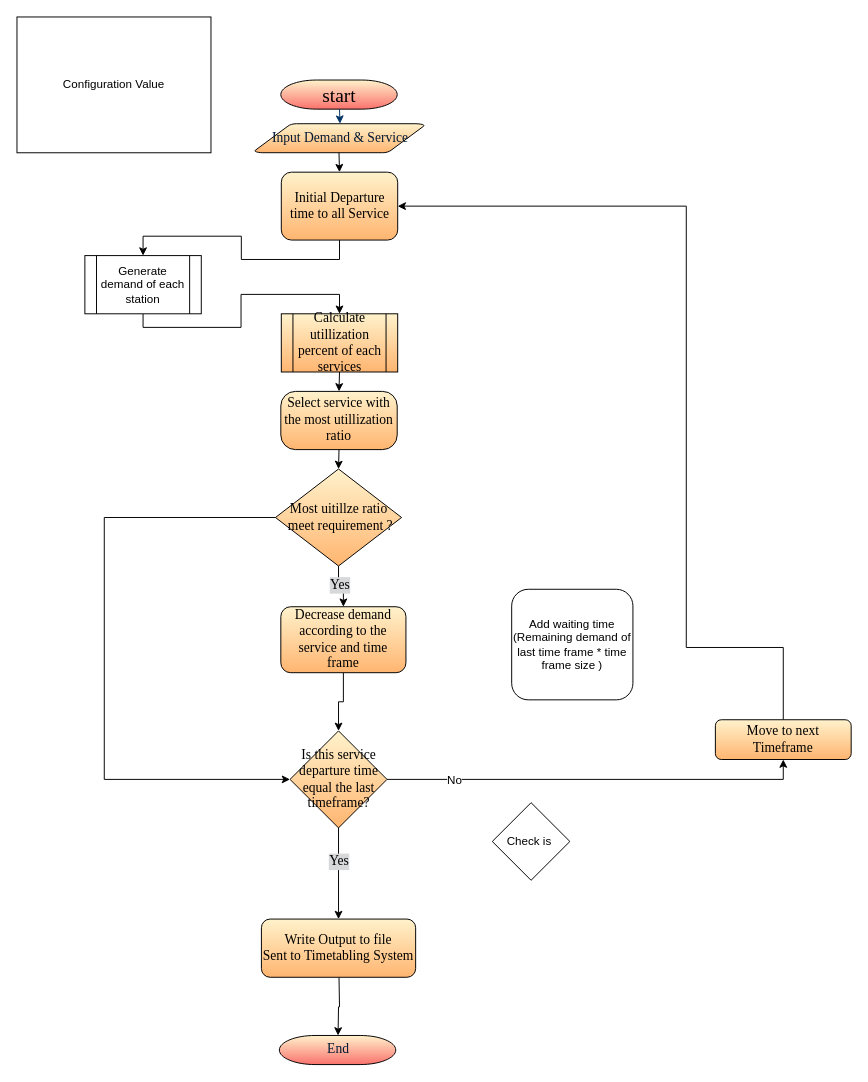
Before: present_chart/Service plan flow PRESENT 2.drawio in atchapcyp/service_planning_core, a draw.io diagram. Source tidied: cells renumbered, new cells numbered last; positions are measured from the earlier drawing's top-left corner, leaving out a move shared by most shapes. Both pictures are drawn from the tidied source at 97%, with x=0, y=0 at pixel (16, 16).
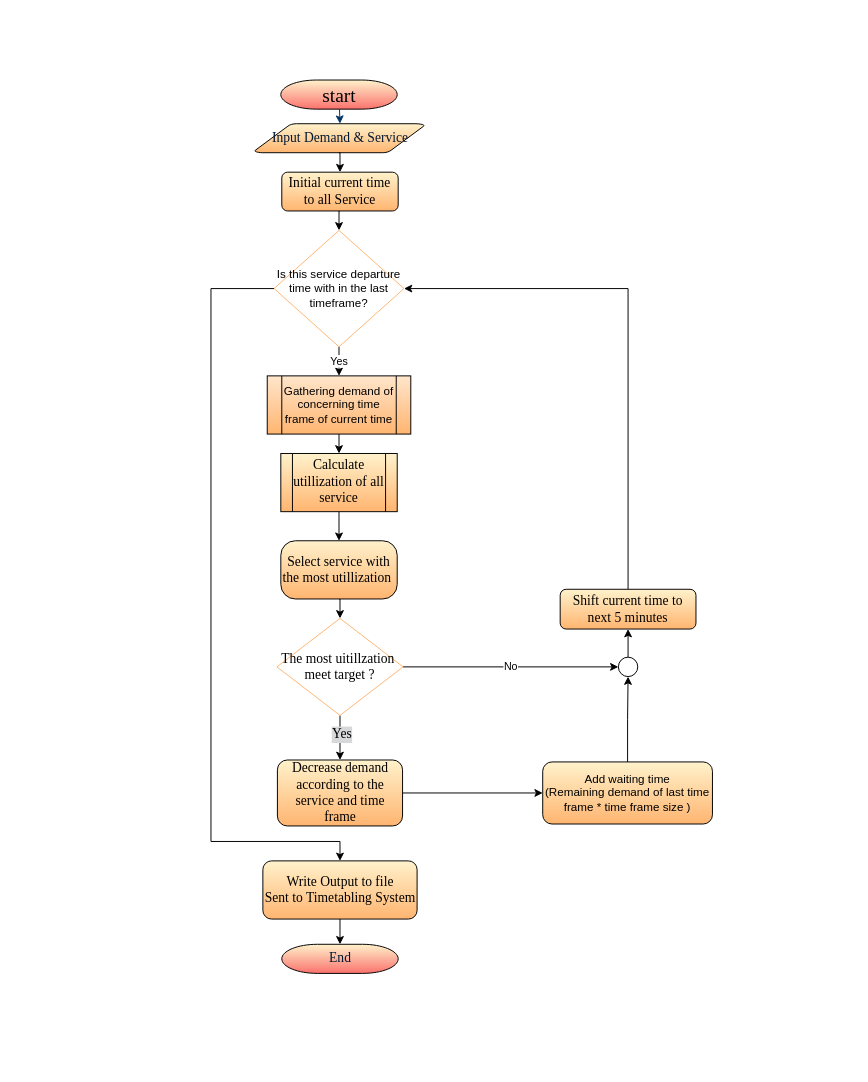
After the change.

The edit, as a diff of the source:
```diff
@@
-    <mxCell id="6" style="edgeStyle=orthogonalEdgeStyle;rounded=0;jettySize=auto;html=1;exitX=0.5;exitY=1;exitDx=0;exitDy=0;entryX=0.5;entryY=0;entryDx=0;entryDy=0;" parent="1" edge="1" source="7" target="30">
-      <mxGeometry relative="1" as="geometry" />
-    </mxCell>
+    <mxCell id="33" style="edgeStyle=orthogonalEdgeStyle;rounded=0;jettySize=auto;html=1;exitX=0.5;exitY=1;exitDx=0;exitDy=0;entryX=0.5;entryY=0;entryDx=0;entryDy=0;" parent="1" edge="1" source="7" target="39">
+      <mxGeometry relative="1" as="geometry" />
+    </mxCell>
-    <mxCell id="7" value="Initial Departure time to all Service" style="rounded=1;whiteSpace=wrap;html=1;fontFamily=Times New Roman;spacing=2;fontSize=14;fillColor=#FFF2CC;gradientColor=#FFB570;labelBorderColor=none;strokeColor=#000000;strokeWidth=1;" parent="1" vertex="1">
-      <mxGeometry x="272.5" y="160" width="120" height="70" as="geometry" />
+    <mxCell id="7" value="Initial current time to all Service" style="rounded=1;whiteSpace=wrap;html=1;fontFamily=Times New Roman;spacing=2;fontSize=14;fillColor=#FFF2CC;gradientColor=#FFB570;labelBorderColor=none;strokeColor=#000000;strokeWidth=1;" parent="1" vertex="1">
+      <mxGeometry x="273" y="160" width="120" height="40" as="geometry" />
     </mxCell>
-    <mxCell id="8" style="edgeStyle=orthogonalEdgeStyle;rounded=0;html=1;exitX=0.5;exitY=1;entryX=0.5;entryY=0;jettySize=auto;fontFamily=Times New Roman;spacing=2;fontSize=14;labelBorderColor=none;" parent="1" edge="1" source="12" target="14">
-      <mxGeometry relative="1" as="geometry" />
-    </mxCell>
-    <mxCell id="9" value="Yes" style="text;html=1;align=center;verticalAlign=middle;labelBackgroundColor=#d7d8d9;fontFamily=Times New Roman;spacing=2;fontSize=14;labelBorderColor=none;" parent="8" vertex="1">
-      <mxGeometry x="-0.28" relative="1" as="geometry" />
-    </mxCell>
-    <mxCell id="10" style="edgeStyle=orthogonalEdgeStyle;rounded=0;jettySize=auto;html=1;exitX=1;exitY=0.5;exitDx=0;exitDy=0;entryX=0.5;entryY=1;entryDx=0;entryDy=0;" parent="1" edge="1" source="12" target="25">
-      <mxGeometry relative="1" as="geometry" />
-    </mxCell>
-    <mxCell id="11" value="No" style="text;html=1;align=center;verticalAlign=middle;labelBackgroundColor=#ffffff;" parent="10" vertex="1">
-      <mxGeometry x="-0.58" y="-2" relative="1" as="geometry">
-        <mxPoint x="-21" y="-2" as="offset" />
-      </mxGeometry>
-    </mxCell>
-    <mxCell id="12" value="Is this service departure time equal the last timeframe?" style="rhombus;whiteSpace=wrap;html=1;fontFamily=Times New Roman;spacing=2;fontSize=14;fillColor=#FFF2CC;gradientColor=#FFB570;labelBorderColor=none;strokeColor=#000000;strokeWidth=1;" parent="1" vertex="1">
-      <mxGeometry x="281.5" y="736" width="100" height="100" as="geometry" />
-    </mxCell>
-    <mxCell id="13" style="edgeStyle=orthogonalEdgeStyle;rounded=0;html=1;exitX=0.5;exitY=1;entryX=0.5;entryY=0;entryPerimeter=0;jettySize=auto;orthogonalLoop=1;fontFamily=Times New Roman;spacing=2;fontSize=14;labelBorderColor=none;" parent="1" edge="1">
-      <mxGeometry relative="1" as="geometry">
-        <mxPoint x="332" y="990" as="sourcePoint" />
-        <mxPoint x="331" y="1050" as="targetPoint" />
-      </mxGeometry>
-    </mxCell>
+    <mxCell id="34" style="edgeStyle=orthogonalEdgeStyle;rounded=0;jettySize=auto;html=1;exitX=0.5;exitY=1;exitDx=0;exitDy=0;entryX=0.5;entryY=0;entryDx=0;entryDy=0;entryPerimeter=0;" parent="1" edge="1" source="14" target="15">
+      <mxGeometry relative="1" as="geometry" />
+    </mxCell>
     <mxCell id="14" value="Write Output to file&lt;br style=&quot;font-size: 14px;&quot;&gt;Sent to Timetabling System&lt;br style=&quot;font-size: 14px;&quot;&gt;" style="rounded=1;whiteSpace=wrap;html=1;fontFamily=Times New Roman;spacing=2;fontSize=14;fillColor=#FFF2CC;gradientColor=#FFB570;labelBorderColor=none;strokeColor=#000000;strokeWidth=1;" parent="1" vertex="1">
-      <mxGeometry x="252" y="930" width="159" height="60" as="geometry" />
+      <mxGeometry x="253.5" y="870" width="159" height="60" as="geometry" />
     </mxCell>
     <mxCell id="15" value="End" style="shape=mxgraph.flowchart.terminator;fillColor=#FFF2CC;strokeColor=#000000;strokeWidth=1;gradientColor=#FA726D;gradientDirection=south;fontColor=#001933;fontStyle=0;html=1;fontFamily=Times New Roman;spacing=2;fontSize=14;labelBorderColor=none;" parent="1" vertex="1">
-      <mxGeometry x="270.5" y="1050" width="120" height="30" as="geometry" />
+      <mxGeometry x="273" y="956" width="120" height="30" as="geometry" />
     </mxCell>
-    <mxCell id="16" style="edgeStyle=orthogonalEdgeStyle;rounded=0;jettySize=auto;html=1;exitX=0.5;exitY=1;exitDx=0;exitDy=0;entryX=0.5;entryY=0;entryDx=0;entryDy=0;" parent="1" edge="1" source="17" target="12">
-      <mxGeometry relative="1" as="geometry" />
-    </mxCell>
+    <mxCell id="35" style="edgeStyle=orthogonalEdgeStyle;rounded=0;jettySize=auto;html=1;exitX=1;exitY=0.5;exitDx=0;exitDy=0;entryX=0;entryY=0.5;entryDx=0;entryDy=0;" parent="1" edge="1" source="17" target="31">
+      <mxGeometry relative="1" as="geometry" />
+    </mxCell>
     <mxCell id="17" value="Decrease demand according to the service and time frame" style="rounded=1;whiteSpace=wrap;html=1;fontFamily=Times New Roman;spacing=2;fontSize=14;fillColor=#FFF2CC;gradientColor=#FFB570;labelBorderColor=none;strokeColor=#000000;strokeWidth=1;" parent="1" vertex="1">
-      <mxGeometry x="272" y="608" width="129" height="68" as="geometry" />
+      <mxGeometry x="268.5" y="766" width="129" height="68" as="geometry" />
     </mxCell>
@@
-    <mxCell id="19" value="&lt;span style=&quot;font-size: 14px&quot;&gt;Calculate utillization percent of each services&lt;/span&gt;" style="shape=process;whiteSpace=wrap;html=1;backgroundOutline=1;fontFamily=Times New Roman;spacing=2;fontSize=14;fillColor=#FFF2CC;gradientColor=#FFB570;labelBorderColor=none;strokeColor=#000000;strokeWidth=1;" parent="1" vertex="1">
-      <mxGeometry x="272.5" y="306" width="120" height="60" as="geometry" />
+    <mxCell id="19" value="&lt;span style=&quot;font-size: 14px&quot;&gt;Calculate utillization of all service&lt;/span&gt;" style="shape=process;whiteSpace=wrap;html=1;backgroundOutline=1;fontFamily=Times New Roman;spacing=2;fontSize=14;fillColor=#FFF2CC;gradientColor=#FFB570;labelBorderColor=none;strokeColor=#000000;strokeWidth=1;" parent="1" vertex="1">
+      <mxGeometry x="272" y="450" width="120" height="60" as="geometry" />
     </mxCell>
@@
-    <mxCell id="22" style="edgeStyle=orthogonalEdgeStyle;rounded=0;jettySize=auto;html=1;exitX=0;exitY=0.5;exitDx=0;exitDy=0;entryX=0;entryY=0.5;entryDx=0;entryDy=0;" parent="1" edge="1" source="23" target="12">
-      <mxGeometry relative="1" as="geometry">
-        <Array as="points">
-          <mxPoint x="90" y="516" />
-          <mxPoint x="90" y="786" />
-        </Array>
-      </mxGeometry>
-    </mxCell>
+    <mxCell id="11" value="No" style="edgeStyle=orthogonalEdgeStyle;rounded=0;jettySize=auto;html=1;exitX=1;exitY=0.5;exitDx=0;exitDy=0;entryX=0;entryY=0.5;entryDx=0;entryDy=0;" parent="1" edge="1" source="23" target="41">
+      <mxGeometry relative="1" as="geometry" />
+    </mxCell>
-    <mxCell id="23" value="Most uitillze ratio &amp;nbsp;meet requirement ?" style="rhombus;whiteSpace=wrap;html=1;fontFamily=Times New Roman;spacing=2;fontSize=14;fillColor=#FFF2CC;gradientColor=#FFB570;labelBorderColor=none;strokeColor=#000000;strokeWidth=1;" parent="1" vertex="1">
-      <mxGeometry x="266.5" y="466" width="130" height="100" as="geometry" />
+    <mxCell id="23" value="The most uitillzation&amp;nbsp; meet target ?" style="rhombus;whiteSpace=wrap;html=1;fontFamily=Times New Roman;spacing=2;fontSize=14;fillColor=#FFFFFF;gradientColor=none;labelBorderColor=none;strokeColor=#FFB570;strokeWidth=1;" parent="1" vertex="1">
+      <mxGeometry x="268" y="620" width="130" height="100" as="geometry" />
     </mxCell>
-    <mxCell id="24" style="edgeStyle=orthogonalEdgeStyle;rounded=0;html=1;exitX=0.5;exitY=0;entryX=1;entryY=0.5;jettySize=auto;fontFamily=Times New Roman;spacing=2;fontSize=14;labelBorderColor=none;" parent="1" edge="1" source="25" target="7">
-      <mxGeometry relative="1" as="geometry">
-        <Array as="points">
-          <mxPoint x="790" y="650" />
-          <mxPoint x="690" y="650" />
-          <mxPoint x="690" y="195" />
-        </Array>
-      </mxGeometry>
-    </mxCell>
+    <mxCell id="36" style="edgeStyle=orthogonalEdgeStyle;rounded=0;jettySize=auto;html=1;exitX=0.5;exitY=0;exitDx=0;exitDy=0;entryX=1;entryY=0.5;entryDx=0;entryDy=0;" parent="1" edge="1" source="25" target="39">
+      <mxGeometry relative="1" as="geometry" />
+    </mxCell>
-    <mxCell id="25" value="Move to next Timeframe" style="rounded=1;whiteSpace=wrap;html=1;fontFamily=Times New Roman;spacing=2;fontSize=14;fillColor=#FFF2CC;gradientColor=#FFB570;labelBorderColor=none;strokeColor=#000000;strokeWidth=1;" parent="1" vertex="1">
-      <mxGeometry x="720" y="724.5" width="140" height="41" as="geometry" />
+    <mxCell id="25" value="Shift current time to next 5 minutes" style="rounded=1;whiteSpace=wrap;html=1;fontFamily=Times New Roman;spacing=2;fontSize=14;fillColor=#FFF2CC;gradientColor=#FFB570;labelBorderColor=none;strokeColor=#000000;strokeWidth=1;" parent="1" vertex="1">
+      <mxGeometry x="560" y="590" width="140" height="41" as="geometry" />
     </mxCell>
@@
-    <mxCell id="27" value="&lt;span style=&quot;font-size: 14px;&quot;&gt;Select service with the most utillization ratio&lt;/span&gt;" style="rounded=1;whiteSpace=wrap;html=1;arcSize=25;fontFamily=Times New Roman;spacing=2;fontSize=14;fillColor=#FFF2CC;gradientColor=#FFB570;labelBorderColor=none;strokeColor=#000000;strokeWidth=1;" parent="1" vertex="1">
-      <mxGeometry x="272" y="386" width="120" height="60" as="geometry" />
+    <mxCell id="27" value="&lt;span style=&quot;font-size: 14px&quot;&gt;Select service with the most utillization&amp;nbsp;&lt;/span&gt;" style="rounded=1;whiteSpace=wrap;html=1;arcSize=25;fontFamily=Times New Roman;spacing=2;fontSize=14;fillColor=#FFF2CC;gradientColor=#FFB570;labelBorderColor=none;strokeColor=#000000;strokeWidth=1;" parent="1" vertex="1">
+      <mxGeometry x="272" y="540" width="120" height="60" as="geometry" />
     </mxCell>
-    <mxCell id="28" value="Configuration Value" style="rounded=0;whiteSpace=wrap;html=1;" parent="1" vertex="1">
-      <mxGeometry width="200" height="140" as="geometry" />
-    </mxCell>
     <mxCell id="29" style="edgeStyle=orthogonalEdgeStyle;rounded=0;jettySize=auto;html=1;exitX=0.5;exitY=1;exitDx=0;exitDy=0;entryX=0.5;entryY=0;entryDx=0;entryDy=0;" parent="1" edge="1" source="30" target="19">
-      <mxGeometry relative="1" as="geometry">
-        <Array as="points">
-          <mxPoint x="130" y="320" />
-          <mxPoint x="231" y="320" />
-          <mxPoint x="231" y="286" />
-          <mxPoint x="333" y="286" />
-        </Array>
-      </mxGeometry>
+      <mxGeometry relative="1" as="geometry" />
     </mxCell>
-    <mxCell id="30" value="Generate demand of each station" style="shape=process;whiteSpace=wrap;html=1;backgroundOutline=1;" parent="1" vertex="1">
-      <mxGeometry x="70" y="246" width="120" height="60" as="geometry" />
+    <mxCell id="30" value="Gathering demand of concerning time frame of current time&lt;br&gt;" style="shape=process;whiteSpace=wrap;html=1;backgroundOutline=1;fillColor=#ffe6cc;strokeColor=#000000;gradientColor=#FFB570;" parent="1" vertex="1">
+      <mxGeometry x="258" y="370" width="148" height="60" as="geometry" />
     </mxCell>
+    <mxCell id="37" style="edgeStyle=orthogonalEdgeStyle;rounded=0;jettySize=auto;html=1;exitX=0.5;exitY=0;exitDx=0;exitDy=0;entryX=0.5;entryY=1;entryDx=0;entryDy=0;" parent="1" edge="1" source="31" target="41">
+      <mxGeometry relative="1" as="geometry" />
+    </mxCell>
-    <mxCell id="31" value="Add waiting time&lt;br&gt;(Remaining demand of last time frame * time frame size )&lt;br&gt;" style="rounded=1;whiteSpace=wrap;html=1;" parent="1" vertex="1">
-      <mxGeometry x="510" y="590" width="125" height="114" as="geometry" />
+    <mxCell id="31" value="Add waiting time&lt;br&gt;(Remaining demand of last time frame * time frame size )&lt;br&gt;" style="rounded=1;whiteSpace=wrap;html=1;gradientColor=#FFF2CC;fillColor=#FFB570;gradientDirection=north;" parent="1" vertex="1">
+      <mxGeometry x="542" y="768" width="175" height="64" as="geometry" />
     </mxCell>
-    <mxCell id="32" value="Check is&amp;nbsp;" style="rhombus;whiteSpace=wrap;html=1;" parent="1" vertex="1">
-      <mxGeometry x="490" y="810" width="80" height="80" as="geometry" />
-    </mxCell>
+    <mxCell id="9" value="Yes" style="edgeStyle=orthogonalEdgeStyle;rounded=0;jettySize=auto;html=1;exitX=0.5;exitY=1;exitDx=0;exitDy=0;entryX=0.5;entryY=0;entryDx=0;entryDy=0;" parent="1" edge="1" source="39" target="30">
+      <mxGeometry relative="1" as="geometry" />
+    </mxCell>
+    <mxCell id="38" style="edgeStyle=orthogonalEdgeStyle;rounded=0;jettySize=auto;html=1;exitX=0;exitY=0.5;exitDx=0;exitDy=0;entryX=0.5;entryY=0;entryDx=0;entryDy=0;" parent="1" edge="1" source="39" target="14">
+      <mxGeometry relative="1" as="geometry">
+        <Array as="points">
+          <mxPoint x="200" y="280" />
+          <mxPoint x="200" y="850" />
+          <mxPoint x="333" y="850" />
+        </Array>
+      </mxGeometry>
+    </mxCell>
+    <mxCell id="39" value="&lt;span&gt;Is this service departure time with in the last timeframe?&lt;/span&gt;" style="rhombus;whiteSpace=wrap;html=1;fillColor=#FFFFFF;strokeColor=#FFB570;gradientColor=none;" parent="1" vertex="1">
+      <mxGeometry x="265" y="220" width="134" height="120" as="geometry" />
+    </mxCell>
+    <mxCell id="40" style="edgeStyle=orthogonalEdgeStyle;rounded=0;jettySize=auto;html=1;exitX=0.5;exitY=0;exitDx=0;exitDy=0;entryX=0.5;entryY=1;entryDx=0;entryDy=0;" parent="1" edge="1" source="41" target="25">
+      <mxGeometry relative="1" as="geometry" />
+    </mxCell>
+    <mxCell id="41" style="ellipse;whiteSpace=wrap;html=1;" parent="1" vertex="1">
+      <mxGeometry x="620" y="660" width="20" height="20" as="geometry" />
+    </mxCell>
```
